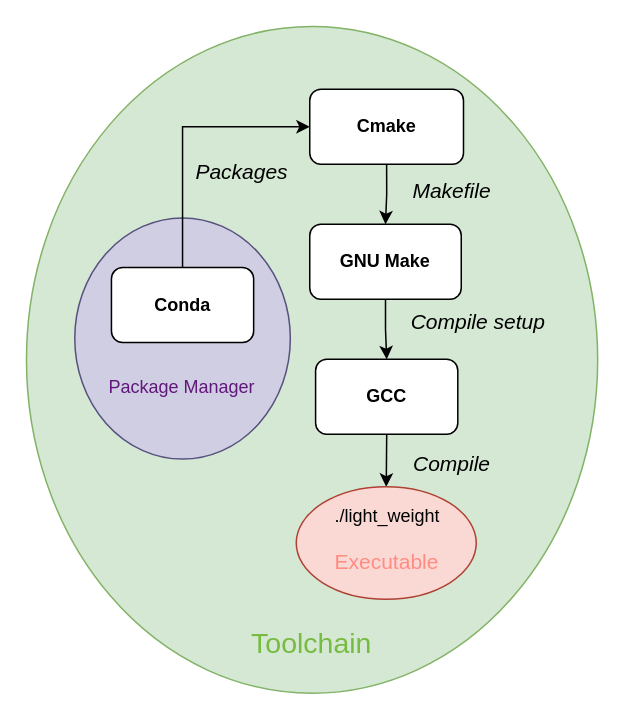
Before: fig/lightweight toolchain.drawio in gotvinne/Light-weight-MPC, a draw.io diagram. Source tidied: cells renumbered, new cells numbered last; positions are measured from the earlier drawing's top-left corner, leaving out a move shared by most shapes. Both pictures are drawn from the tidied source at 150%, with x=0, y=0 at pixel (-22, 74).
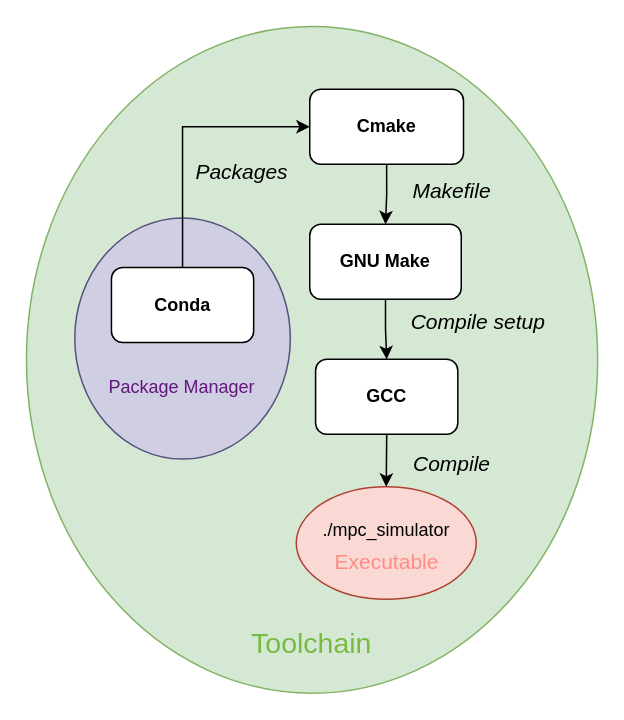
The same diagram, later.

The edit, as a diff of the source:
```diff
@@
-    <mxCell id="15" value="./light_weight" style="text;strokeColor=none;fillColor=none;align=left;verticalAlign=middle;spacingLeft=4;spacingRight=4;overflow=hidden;whiteSpace=wrap;html=1;" parent="1" vertex="1">
-      <mxGeometry x="231.5" y="280" width="80" height="30" as="geometry" />
+    <mxCell id="15" value="./mpc_simulator" style="text;strokeColor=none;fillColor=none;align=left;verticalAlign=middle;spacingLeft=4;spacingRight=4;overflow=hidden;whiteSpace=wrap;html=1;" parent="1" vertex="1">
+      <mxGeometry x="223.5" y="289" width="97.5" height="30" as="geometry" />
     </mxCell>
```
